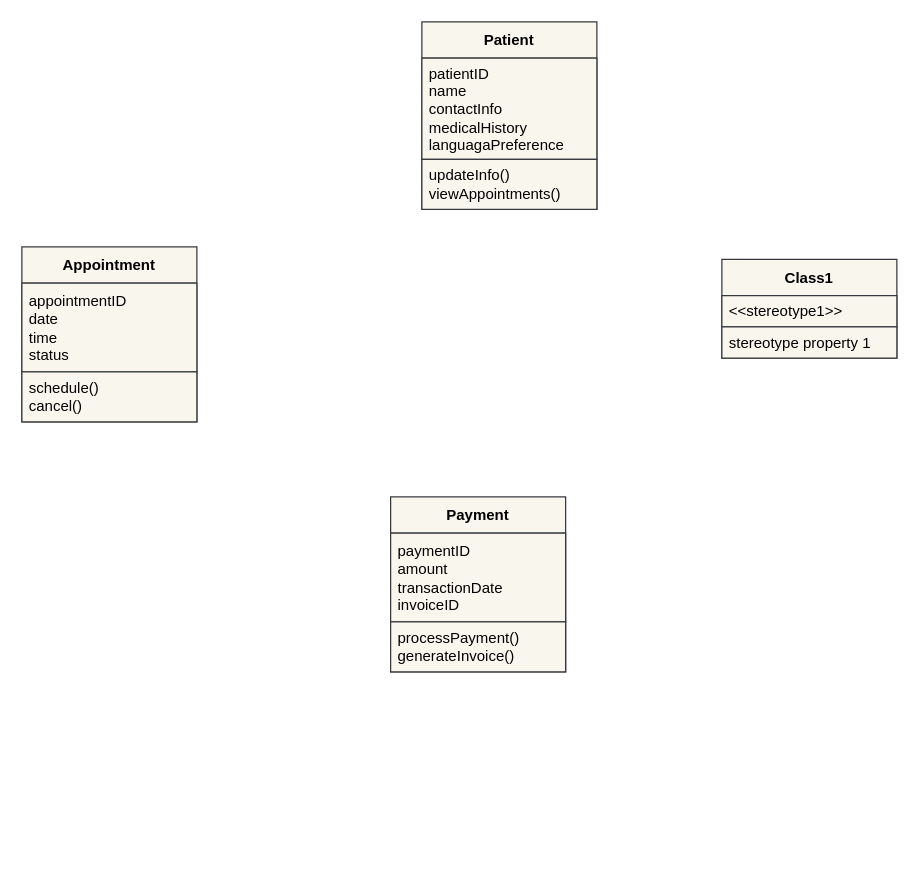
Earlier version of the draw.io diagram DCMS_class.drawio (Travfalgar/DCMS_class). Source tidied: cells renumbered, new cells numbered last; positions are measured from the earlier drawing's top-left corner, leaving out a move shared by most shapes. Both pictures are drawn from the tidied source at 125%, with x=0, y=0 at pixel (21, 21).
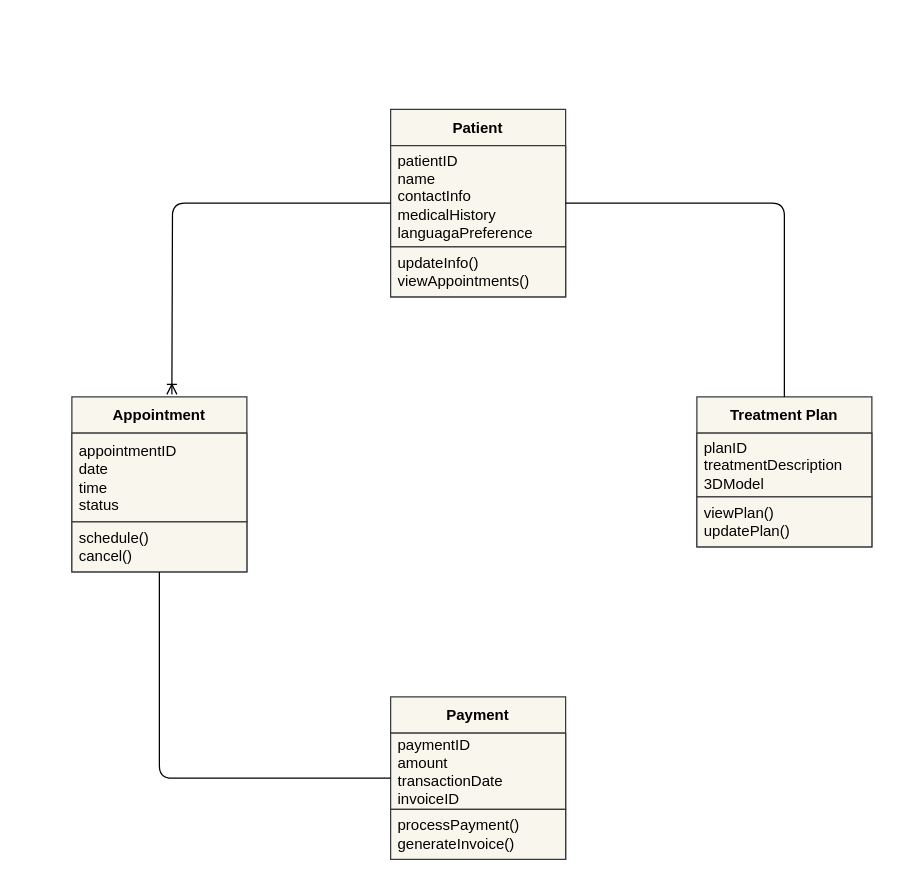
Above is the later version.

What changed in the source:
```diff
@@
     <mxCell id="2" value="Patient" style="swimlane;fontStyle=1;align=center;verticalAlign=middle;horizontal=1;startSize=29;html=1;whiteSpace=wrap;fillColor=#f9f7ed;strokeColor=#36393d;" parent="1" vertex="1">
-      <mxGeometry x="320" width="140" height="150" as="geometry" />
+      <mxGeometry x="295" y="70" width="140" height="150" as="geometry" />
     </mxCell>
@@
     <mxCell id="5" value="Appointment" style="swimlane;fontStyle=1;align=center;verticalAlign=middle;horizontal=1;startSize=29;html=1;whiteSpace=wrap;fillColor=#f9f7ed;strokeColor=#36393d;" parent="1" vertex="1">
-      <mxGeometry y="180" width="140" height="140" as="geometry" />
+      <mxGeometry x="40" y="300" width="140" height="140" as="geometry" />
     </mxCell>
@@
     <mxCell id="8" value="Payment" style="swimlane;fontStyle=1;align=center;verticalAlign=middle;horizontal=1;startSize=29;html=1;whiteSpace=wrap;fillColor=#f9f7ed;strokeColor=#36393d;" parent="1" vertex="1">
-      <mxGeometry x="295" y="380" width="140" height="140" as="geometry" />
+      <mxGeometry x="295" y="540" width="140" height="130" as="geometry" />
     </mxCell>
     <mxCell id="9" value="paymentID&lt;div&gt;amount&lt;/div&gt;&lt;div&gt;transactionDate&lt;/div&gt;&lt;div&gt;invoiceID&lt;/div&gt;" style="text;html=1;strokeColor=#36393d;fillColor=#f9f7ed;align=left;verticalAlign=middle;spacingLeft=4;spacingRight=4;overflow=hidden;whiteSpace=wrap;" parent="8" vertex="1">
-      <mxGeometry y="29" width="140" height="71" as="geometry" />
+      <mxGeometry y="29" width="140" height="61" as="geometry" />
     </mxCell>
     <mxCell id="10" value="processPayment()&lt;div&gt;generateInvoice()&lt;/div&gt;" style="text;html=1;strokeColor=#36393d;fillColor=#f9f7ed;align=left;verticalAlign=middle;spacingLeft=4;spacingRight=4;overflow=hidden;whiteSpace=wrap;" parent="8" vertex="1">
-      <mxGeometry y="100" width="140" height="40" as="geometry" />
+      <mxGeometry y="90" width="140" height="40" as="geometry" />
     </mxCell>
-    <mxCell id="11" value="Class1" style="swimlane;fontStyle=1;align=center;verticalAlign=middle;horizontal=1;startSize=29;html=1;whiteSpace=wrap;fillColor=#f9f7ed;strokeColor=#36393d;" parent="1" vertex="1">
-      <mxGeometry x="560" y="190" width="140" height="79" as="geometry" />
+    <mxCell id="11" value="Treatment Plan" style="swimlane;fontStyle=1;align=center;verticalAlign=middle;horizontal=1;startSize=29;html=1;whiteSpace=wrap;fillColor=#f9f7ed;strokeColor=#36393d;" parent="1" vertex="1">
+      <mxGeometry x="540" y="300" width="140" height="120" as="geometry" />
     </mxCell>
-    <mxCell id="12" value="&amp;lt;&amp;lt;stereotype1&amp;gt;&amp;gt;" style="text;html=1;strokeColor=#36393d;fillColor=#f9f7ed;align=left;verticalAlign=middle;spacingLeft=4;spacingRight=4;overflow=hidden;whiteSpace=wrap;" parent="11" vertex="1">
-      <mxGeometry y="29" width="140" height="25" as="geometry" />
+    <mxCell id="12" value="planID&lt;div&gt;treatmentDescription&lt;/div&gt;&lt;div&gt;3DModel&lt;/div&gt;" style="text;html=1;strokeColor=#36393d;fillColor=#f9f7ed;align=left;verticalAlign=middle;spacingLeft=4;spacingRight=4;overflow=hidden;whiteSpace=wrap;" parent="11" vertex="1">
+      <mxGeometry y="29" width="140" height="51" as="geometry" />
     </mxCell>
-    <mxCell id="13" value="stereotype property 1" style="text;html=1;strokeColor=#36393d;fillColor=#f9f7ed;align=left;verticalAlign=middle;spacingLeft=4;spacingRight=4;overflow=hidden;whiteSpace=wrap;" parent="11" vertex="1">
-      <mxGeometry y="54" width="140" height="25" as="geometry" />
+    <mxCell id="13" value="viewPlan()&lt;div&gt;updatePlan()&lt;/div&gt;" style="text;html=1;strokeColor=#36393d;fillColor=#f9f7ed;align=left;verticalAlign=middle;spacingLeft=4;spacingRight=4;overflow=hidden;whiteSpace=wrap;" parent="11" vertex="1">
+      <mxGeometry y="80" width="140" height="40" as="geometry" />
     </mxCell>
+    <mxCell id="14" style="edgeStyle=orthogonalEdgeStyle;fontSize=12;html=1;endArrow=ERoneToMany;rounded=1;curved=0;" parent="1" edge="1" source="2">
+      <mxGeometry relative="1" as="geometry">
+        <mxPoint x="120" y="298" as="targetPoint" />
+      </mxGeometry>
+    </mxCell>
+    <mxCell id="15" style="endArrow=none;html=1;rounded=1;curved=0;" parent="1" edge="1" source="5" target="8">
+      <mxGeometry relative="1" as="geometry">
+        <Array as="points">
+          <mxPoint x="110" y="605" />
+        </Array>
+      </mxGeometry>
+    </mxCell>
+    <mxCell id="16" style="endArrow=none;html=1;rounded=1;curved=0;" parent="1" edge="1" source="11" target="2">
+      <mxGeometry relative="1" as="geometry">
+        <Array as="points">
+          <mxPoint x="610" y="145" />
+        </Array>
+      </mxGeometry>
+    </mxCell>
```
